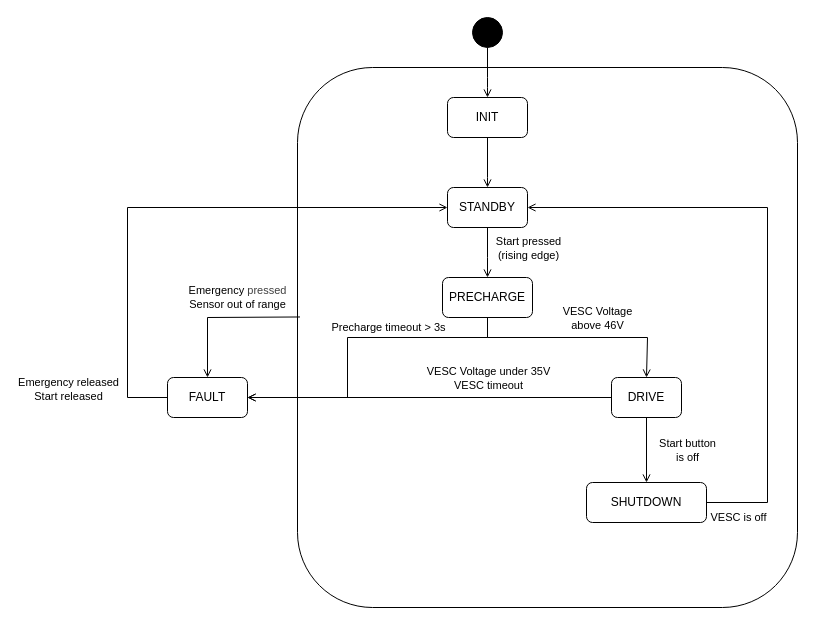
Will-Dub/2V4U keeps this draw.io diagram as Docs/StateDiagram.drawio. Above is the earlier version. Source tidied: cells renumbered, new cells numbered last; positions are measured from the earlier drawing's top-left corner, leaving out a move shared by most shapes. Both pictures are drawn from the tidied source at 100%, with x=0, y=0 at pixel (127, 17).
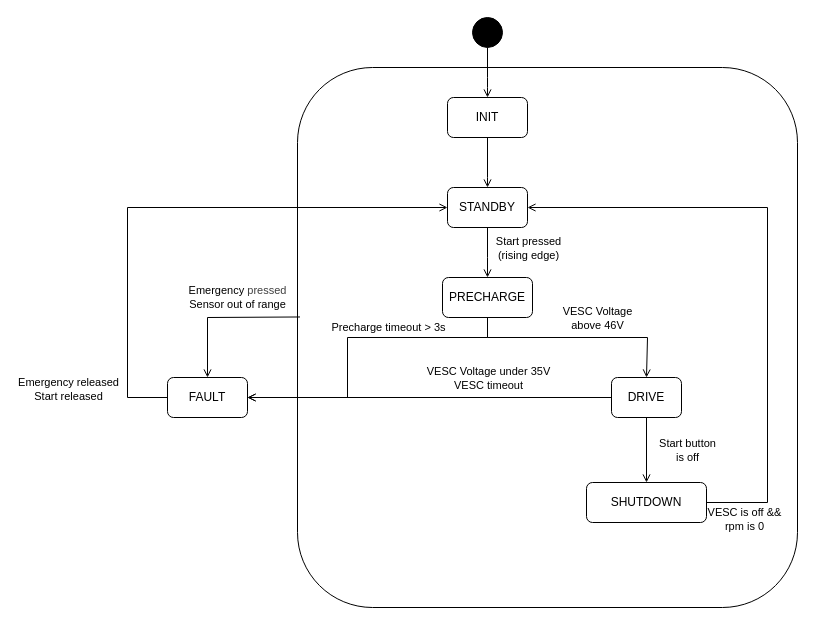
The same page after the edit.

Unchanged cells that the change refers to:
```xml
<mxCell id="22" style="endArrow=open;html=1;rounded=0;entryX=1;entryY=0.5;entryDx=0;entryDy=0;exitX=1;exitY=0.5;exitDx=0;exitDy=0;endFill=0;" parent="1" edge="1" source="19" target="6">
  <mxGeometry relative="1" as="geometry">
    <Array as="points">
      <mxPoint x="640" y="485" />
      <mxPoint x="640" y="190" />
    </Array>
  </mxGeometry>
</mxCell>
```

Diff of the diagram source:
```diff
@@
-    <mxCell id="23" value="VESC is off" style="edgeLabel;html=1;align=center;verticalAlign=middle;" parent="22" vertex="1">
+    <mxCell id="23" value="VESC is off &amp;amp;&amp;amp;&lt;div&gt;rpm is 0&lt;/div&gt;" style="edgeLabel;html=1;align=center;verticalAlign=middle;" parent="22" vertex="1">
       <mxGeometry x="0.02" y="1" relative="1" as="geometry">
-        <mxPoint x="-29" y="257" as="offset" />
+        <mxPoint x="-23" y="259" as="offset" />
       </mxGeometry>
     </mxCell>
```
